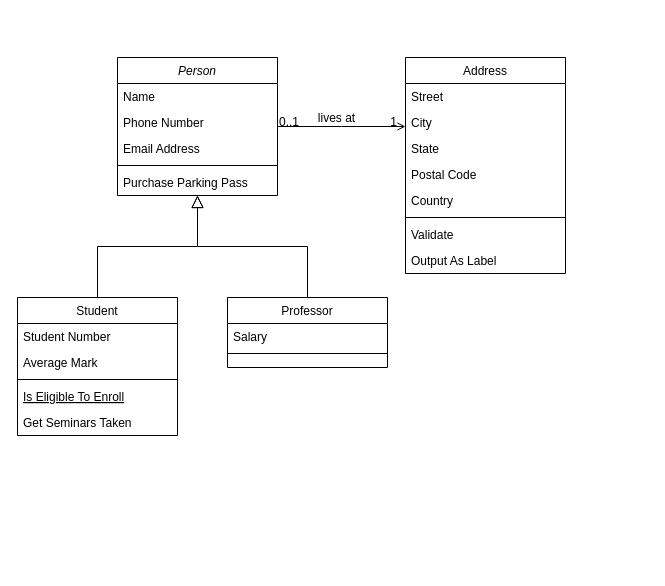
samtheeagle123/shop1 keeps this draw.io diagram as Untitled Diagram.drawio. Above is the earlier version. Source tidied: cells renumbered, new cells numbered last; positions are measured from the earlier drawing's top-left corner, leaving out a move shared by most shapes. Both pictures are drawn from the tidied source at 100%, with x=0, y=0 at pixel (17, 57).
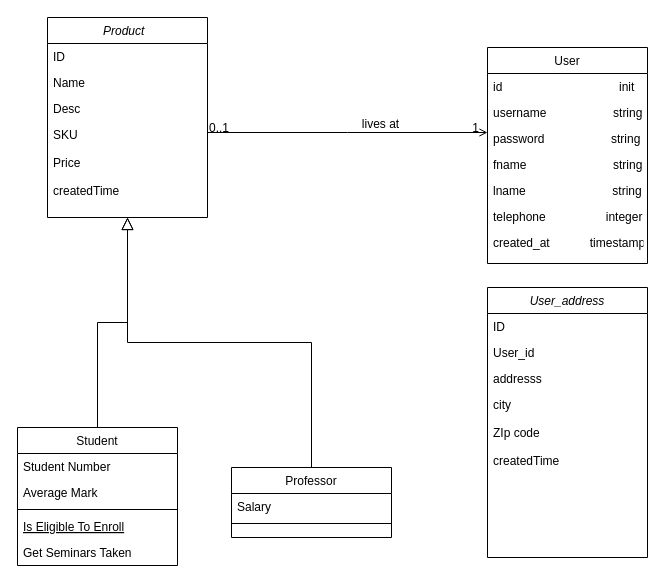
Above is the later version.

The edit, as a diff of the source:
```diff
@@
-    <mxCell id="2" value="Person" style="swimlane;fontStyle=2;align=center;verticalAlign=top;horizontal=1;startSize=26;rounded=0;shadow=0;strokeWidth=1;" parent="1" vertex="1">
-      <mxGeometry x="100" width="160" height="138" as="geometry" />
+    <mxCell id="2" value="Product  &#10;&#10;" style="swimlane;fontStyle=2;align=center;verticalAlign=top;horizontal=1;startSize=26;rounded=0;shadow=0;strokeWidth=1;" parent="1" vertex="1">
+      <mxGeometry x="30" y="-40" width="160" height="200" as="geometry" />
     </mxCell>
-    <mxCell id="3" value="Name" style="text;align=left;verticalAlign=top;spacingLeft=4;spacingRight=4;overflow=hidden;" parent="2" vertex="1">
+    <mxCell id="3" value="ID" style="text;align=left;verticalAlign=top;spacingLeft=4;spacingRight=4;overflow=hidden;" parent="2" vertex="1">
       <mxGeometry y="26" width="160" height="26" as="geometry" />
     </mxCell>
-    <mxCell id="4" value="Phone Number" style="text;align=left;verticalAlign=top;spacingLeft=4;spacingRight=4;overflow=hidden;rounded=0;shadow=0;html=0;" parent="2" vertex="1">
+    <mxCell id="4" value="Name" style="text;align=left;verticalAlign=top;spacingLeft=4;spacingRight=4;overflow=hidden;rounded=0;shadow=0;html=0;" parent="2" vertex="1">
       <mxGeometry y="52" width="160" height="26" as="geometry" />
     </mxCell>
-    <mxCell id="5" value="Email Address" style="text;align=left;verticalAlign=top;spacingLeft=4;spacingRight=4;overflow=hidden;rounded=0;shadow=0;html=0;" parent="2" vertex="1">
+    <mxCell id="5" value="Desc&#10;" style="text;align=left;verticalAlign=top;spacingLeft=4;spacingRight=4;overflow=hidden;rounded=0;shadow=0;html=0;" parent="2" vertex="1">
       <mxGeometry y="78" width="160" height="26" as="geometry" />
     </mxCell>
-    <mxCell id="6" style="line;html=1;strokeWidth=1;align=left;verticalAlign=middle;spacingTop=-1;spacingLeft=3;spacingRight=3;labelPosition=right;" parent="2" vertex="1">
-      <mxGeometry y="104" width="160" height="8" as="geometry" />
-    </mxCell>
-    <mxCell id="7" value="Purchase Parking Pass" style="text;align=left;verticalAlign=top;spacingLeft=4;spacingRight=4;overflow=hidden;" parent="2" vertex="1">
-      <mxGeometry y="112" width="160" height="26" as="geometry" />
+    <mxCell id="7" value="SKU" style="text;align=left;verticalAlign=top;spacingLeft=4;spacingRight=4;overflow=hidden;" parent="2" vertex="1">
+      <mxGeometry y="104" width="160" height="28" as="geometry" />
     </mxCell>
+    <mxCell id="32" value="Price" style="text;align=left;verticalAlign=top;spacingLeft=4;spacingRight=4;overflow=hidden;" parent="2" vertex="1">
+      <mxGeometry y="132" width="160" height="28" as="geometry" />
+    </mxCell>
+    <mxCell id="33" value="createdTime" style="text;align=left;verticalAlign=top;spacingLeft=4;spacingRight=4;overflow=hidden;" parent="2" vertex="1">
+      <mxGeometry y="160" width="160" height="28" as="geometry" />
+    </mxCell>
     <mxCell id="8" value="Student" style="swimlane;fontStyle=0;align=center;verticalAlign=top;horizontal=1;startSize=26;rounded=0;shadow=0;strokeWidth=1;" parent="1" vertex="1">
-      <mxGeometry y="240" width="160" height="138" as="geometry" />
+      <mxGeometry y="370" width="160" height="138" as="geometry" />
     </mxCell>
@@
     <mxCell id="15" value="Professor" style="swimlane;fontStyle=0;align=center;verticalAlign=top;horizontal=1;startSize=26;rounded=0;shadow=0;strokeWidth=1;" parent="1" vertex="1">
-      <mxGeometry x="210" y="240" width="160" height="70" as="geometry" />
+      <mxGeometry x="214" y="410" width="160" height="70" as="geometry" />
     </mxCell>
@@
-    <mxCell id="19" value="Address" style="swimlane;fontStyle=0;align=center;verticalAlign=top;horizontal=1;startSize=26;rounded=0;shadow=0;strokeWidth=1;" parent="1" vertex="1">
-      <mxGeometry x="388" width="160" height="216" as="geometry" />
+    <mxCell id="19" value="User" style="swimlane;fontStyle=0;align=center;verticalAlign=top;horizontal=1;startSize=26;rounded=0;shadow=0;strokeWidth=1;" parent="1" vertex="1">
+      <mxGeometry x="470" y="-10" width="160" height="216" as="geometry" />
     </mxCell>
-    <mxCell id="20" value="Street" style="text;align=left;verticalAlign=top;spacingLeft=4;spacingRight=4;overflow=hidden;" parent="19" vertex="1">
+    <mxCell id="20" value="id                                   init" style="text;align=left;verticalAlign=top;spacingLeft=4;spacingRight=4;overflow=hidden;" parent="19" vertex="1">
       <mxGeometry y="26" width="160" height="26" as="geometry" />
     </mxCell>
-    <mxCell id="21" value="City" style="text;align=left;verticalAlign=top;spacingLeft=4;spacingRight=4;overflow=hidden;rounded=0;shadow=0;html=0;" parent="19" vertex="1">
+    <mxCell id="21" value="username                    string" style="text;align=left;verticalAlign=top;spacingLeft=4;spacingRight=4;overflow=hidden;rounded=0;shadow=0;html=0;" parent="19" vertex="1">
       <mxGeometry y="52" width="160" height="26" as="geometry" />
     </mxCell>
-    <mxCell id="22" value="State" style="text;align=left;verticalAlign=top;spacingLeft=4;spacingRight=4;overflow=hidden;rounded=0;shadow=0;html=0;" parent="19" vertex="1">
+    <mxCell id="22" value="password                    string" style="text;align=left;verticalAlign=top;spacingLeft=4;spacingRight=4;overflow=hidden;rounded=0;shadow=0;html=0;" parent="19" vertex="1">
       <mxGeometry y="78" width="160" height="26" as="geometry" />
     </mxCell>
-    <mxCell id="23" value="Postal Code" style="text;align=left;verticalAlign=top;spacingLeft=4;spacingRight=4;overflow=hidden;rounded=0;shadow=0;html=0;" parent="19" vertex="1">
+    <mxCell id="23" value="fname                          string" style="text;align=left;verticalAlign=top;spacingLeft=4;spacingRight=4;overflow=hidden;rounded=0;shadow=0;html=0;" parent="19" vertex="1">
       <mxGeometry y="104" width="160" height="26" as="geometry" />
     </mxCell>
-    <mxCell id="24" value="Country" style="text;align=left;verticalAlign=top;spacingLeft=4;spacingRight=4;overflow=hidden;rounded=0;shadow=0;html=0;" parent="19" vertex="1">
+    <mxCell id="24" value="lname                          string" style="text;align=left;verticalAlign=top;spacingLeft=4;spacingRight=4;overflow=hidden;rounded=0;shadow=0;html=0;" parent="19" vertex="1">
       <mxGeometry y="130" width="160" height="26" as="geometry" />
     </mxCell>
-    <mxCell id="25" style="line;html=1;strokeWidth=1;align=left;verticalAlign=middle;spacingTop=-1;spacingLeft=3;spacingRight=3;labelPosition=right;" parent="19" vertex="1">
-      <mxGeometry y="156" width="160" height="8" as="geometry" />
-    </mxCell>
-    <mxCell id="26" value="Validate" style="text;align=left;verticalAlign=top;spacingLeft=4;spacingRight=4;overflow=hidden;" parent="19" vertex="1">
-      <mxGeometry y="164" width="160" height="26" as="geometry" />
-    </mxCell>
-    <mxCell id="27" value="Output As Label" style="text;align=left;verticalAlign=top;spacingLeft=4;spacingRight=4;overflow=hidden;" parent="19" vertex="1">
-      <mxGeometry y="190" width="160" height="26" as="geometry" />
-    </mxCell>
+    <mxCell id="34" value="telephone                  integer" style="text;align=left;verticalAlign=top;spacingLeft=4;spacingRight=4;overflow=hidden;rounded=0;shadow=0;html=0;" parent="19" vertex="1">
+      <mxGeometry y="156" width="160" height="26" as="geometry" />
+    </mxCell>
+    <mxCell id="35" value="created_at            timestamp" style="text;align=left;verticalAlign=top;spacingLeft=4;spacingRight=4;overflow=hidden;rounded=0;shadow=0;html=0;" parent="19" vertex="1">
+      <mxGeometry y="182" width="160" height="26" as="geometry" />
+    </mxCell>
@@
+    <mxCell id="36" value="User_address" style="swimlane;fontStyle=2;align=center;verticalAlign=top;horizontal=1;startSize=26;rounded=0;shadow=0;strokeWidth=1;" parent="1" vertex="1">
+      <mxGeometry x="470" y="230" width="160" height="270" as="geometry" />
+    </mxCell>
+    <mxCell id="37" value="ID" style="text;align=left;verticalAlign=top;spacingLeft=4;spacingRight=4;overflow=hidden;" parent="36" vertex="1">
+      <mxGeometry y="26" width="160" height="26" as="geometry" />
+    </mxCell>
+    <mxCell id="38" value="User_id" style="text;align=left;verticalAlign=top;spacingLeft=4;spacingRight=4;overflow=hidden;rounded=0;shadow=0;html=0;" parent="36" vertex="1">
+      <mxGeometry y="52" width="160" height="26" as="geometry" />
+    </mxCell>
+    <mxCell id="39" value="addresss" style="text;align=left;verticalAlign=top;spacingLeft=4;spacingRight=4;overflow=hidden;rounded=0;shadow=0;html=0;" parent="36" vertex="1">
+      <mxGeometry y="78" width="160" height="26" as="geometry" />
+    </mxCell>
+    <mxCell id="40" value="city" style="text;align=left;verticalAlign=top;spacingLeft=4;spacingRight=4;overflow=hidden;" parent="36" vertex="1">
+      <mxGeometry y="104" width="160" height="28" as="geometry" />
+    </mxCell>
+    <mxCell id="41" value="ZIp code" style="text;align=left;verticalAlign=top;spacingLeft=4;spacingRight=4;overflow=hidden;" parent="36" vertex="1">
+      <mxGeometry y="132" width="160" height="28" as="geometry" />
+    </mxCell>
+    <mxCell id="42" value="createdTime" style="text;align=left;verticalAlign=top;spacingLeft=4;spacingRight=4;overflow=hidden;" parent="36" vertex="1">
+      <mxGeometry y="160" width="160" height="28" as="geometry" />
+    </mxCell>
```
